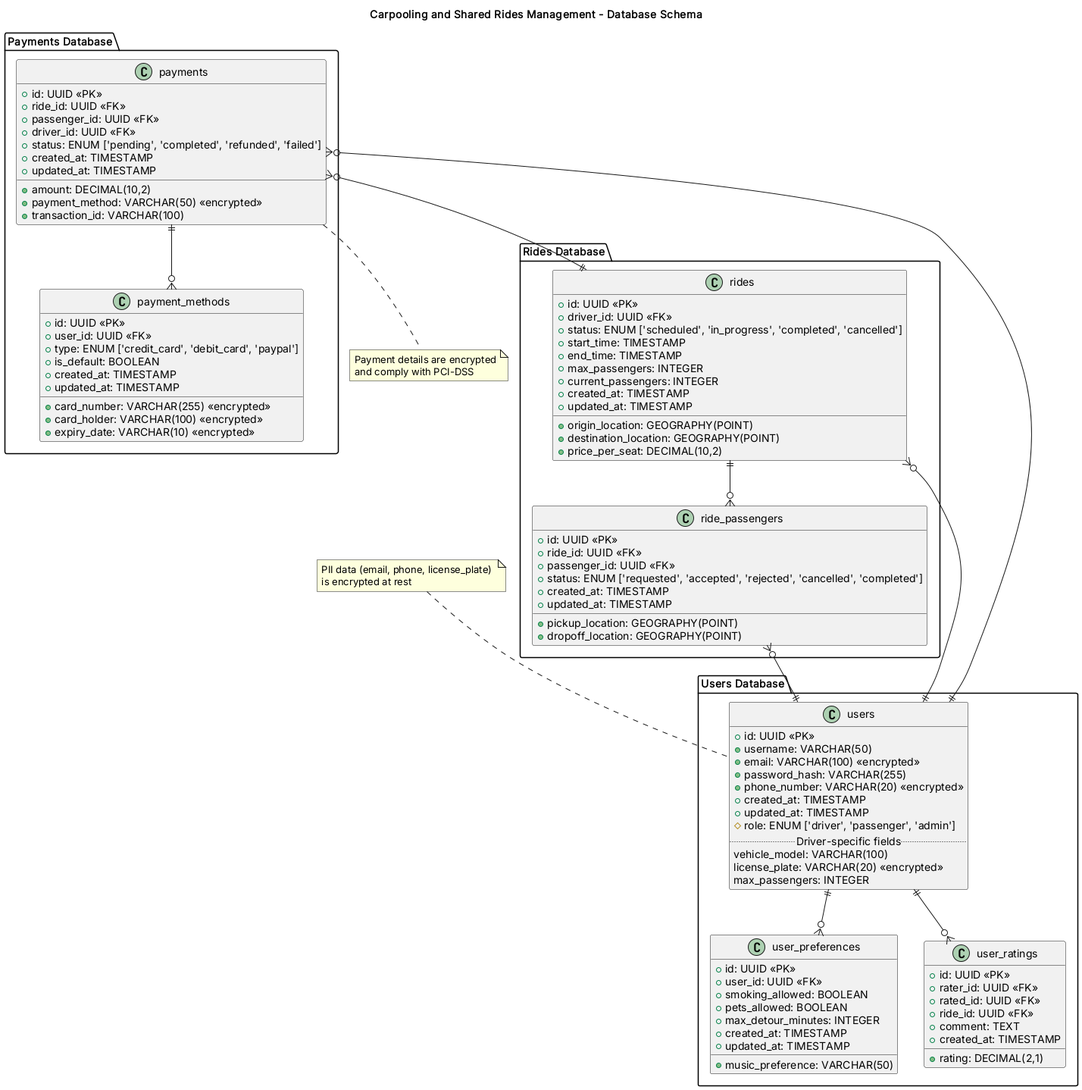
Earlier version of the PlantUML export docs/diagrams/rendered/Database Schema.png (qweered/cloud-project). Source of this version:
```plantuml
@startuml Database Schema

title Carpooling and Shared Rides Management - Database Schema

!define TABLE_BORDER_COLOR #073B4C
!define TABLE_HEADER_COLOR #118AB2
!define TABLE_ROW_COLOR #FFFFFF
!define ENCRYPTION_COLOR #FFB4A2

package "Users Database" {
  class users {
    + id: UUID <<PK>>
    + username: VARCHAR(50)
    + email: VARCHAR(100) <<encrypted>>
    + password_hash: VARCHAR(255)
    + phone_number: VARCHAR(20) <<encrypted>>
    + created_at: TIMESTAMP
    + updated_at: TIMESTAMP
    # role: ENUM ['driver', 'passenger', 'admin']
    .. Driver-specific fields ..
    vehicle_model: VARCHAR(100)
    license_plate: VARCHAR(20) <<encrypted>>
    max_passengers: INTEGER
  }

  class user_preferences {
    + id: UUID <<PK>>
    + user_id: UUID <<FK>>
    + smoking_allowed: BOOLEAN
    + pets_allowed: BOOLEAN
    + music_preference: VARCHAR(50)
    + max_detour_minutes: INTEGER
    + created_at: TIMESTAMP
    + updated_at: TIMESTAMP
  }

  class user_ratings {
    + id: UUID <<PK>>
    + rater_id: UUID <<FK>>
    + rated_id: UUID <<FK>>
    + ride_id: UUID <<FK>>
    + rating: DECIMAL(2,1)
    + comment: TEXT
    + created_at: TIMESTAMP
  }

  users ||--o{ user_preferences
  users ||--o{ user_ratings
}

package "Rides Database" {
  class rides {
    + id: UUID <<PK>>
    + driver_id: UUID <<FK>>
    + status: ENUM ['scheduled', 'in_progress', 'completed', 'cancelled']
    + origin_location: GEOGRAPHY(POINT)
    + destination_location: GEOGRAPHY(POINT)
    + start_time: TIMESTAMP
    + end_time: TIMESTAMP
    + max_passengers: INTEGER
    + current_passengers: INTEGER
    + price_per_seat: DECIMAL(10,2)
    + created_at: TIMESTAMP
    + updated_at: TIMESTAMP
  }

  class ride_passengers {
    + id: UUID <<PK>>
    + ride_id: UUID <<FK>>
    + passenger_id: UUID <<FK>>
    + pickup_location: GEOGRAPHY(POINT)
    + dropoff_location: GEOGRAPHY(POINT)
    + status: ENUM ['requested', 'accepted', 'rejected', 'cancelled', 'completed']
    + created_at: TIMESTAMP
    + updated_at: TIMESTAMP
  }

  rides ||--o{ ride_passengers
}

package "Payments Database" {
  class payments {
    + id: UUID <<PK>>
    + ride_id: UUID <<FK>>
    + passenger_id: UUID <<FK>>
    + driver_id: UUID <<FK>>
    + amount: DECIMAL(10,2)
    + status: ENUM ['pending', 'completed', 'refunded', 'failed']
    + payment_method: VARCHAR(50) <<encrypted>>
    + transaction_id: VARCHAR(100)
    + created_at: TIMESTAMP
    + updated_at: TIMESTAMP
  }

  class payment_methods {
    + id: UUID <<PK>>
    + user_id: UUID <<FK>>
    + type: ENUM ['credit_card', 'debit_card', 'paypal']
    + card_number: VARCHAR(255) <<encrypted>>
    + card_holder: VARCHAR(100) <<encrypted>>
    + expiry_date: VARCHAR(10) <<encrypted>>
    + is_default: BOOLEAN
    + created_at: TIMESTAMP
    + updated_at: TIMESTAMP
  }

  payments ||--o{ payment_methods
}

rides }o--|| users
ride_passengers }o--|| users
payments }o--|| rides
payments }o--|| users

note top of users
  PII data (email, phone, license_plate)
  is encrypted at rest
end note

note bottom of payments
  Payment details are encrypted
  and comply with PCI-DSS
end note

@enduml
```
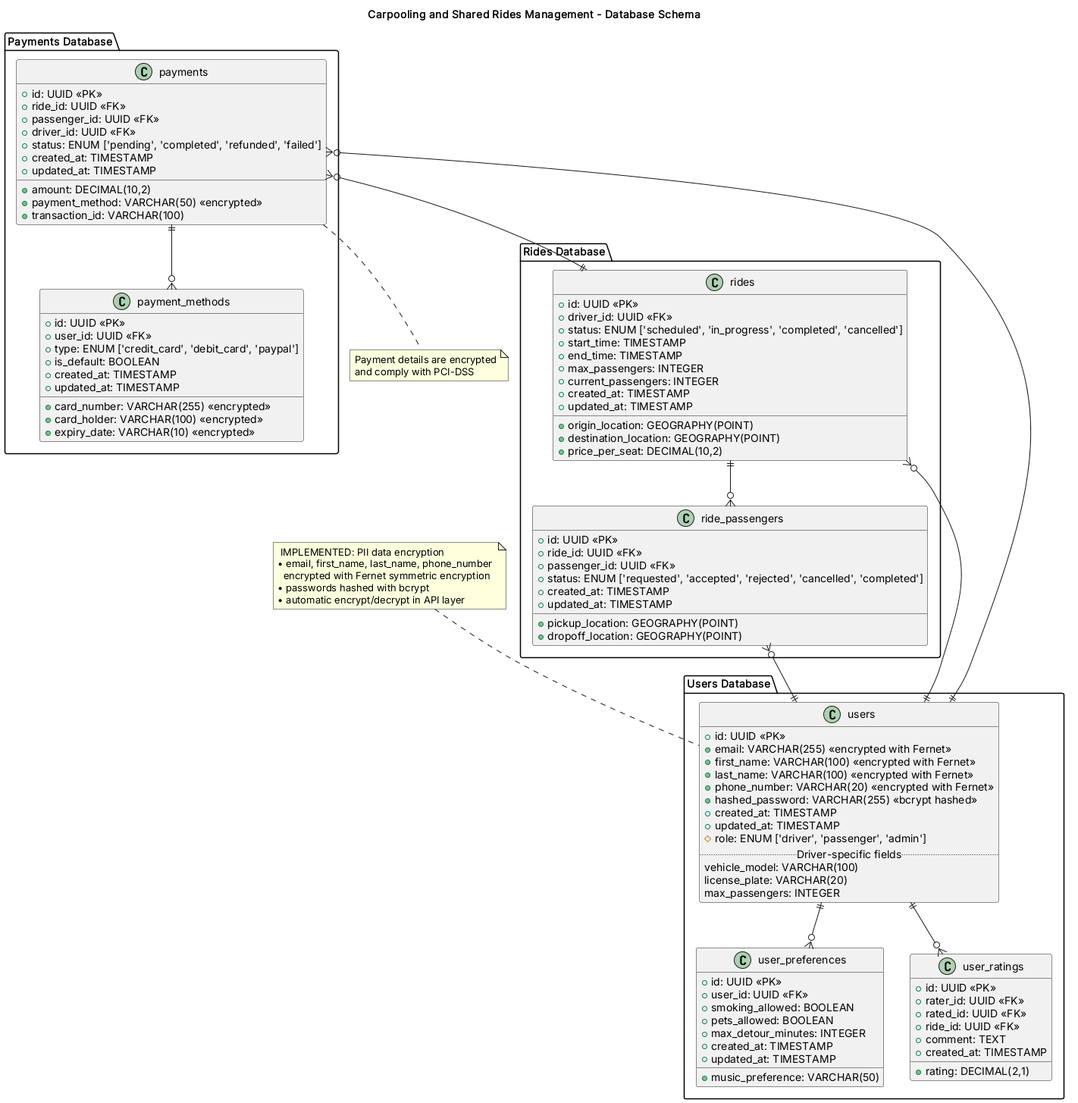
The same file after the commit.

Diff of the diagram source:
```diff
@@ -10,16 +10,17 @@
 package "Users Database" {
   class users {
     + id: UUID <<PK>>
-    + username: VARCHAR(50)
-    + email: VARCHAR(100) <<encrypted>>
-    + password_hash: VARCHAR(255)
-    + phone_number: VARCHAR(20) <<encrypted>>
+    + email: VARCHAR(255) <<encrypted with Fernet>>
+    + first_name: VARCHAR(100) <<encrypted with Fernet>>
+    + last_name: VARCHAR(100) <<encrypted with Fernet>>
+    + phone_number: VARCHAR(20) <<encrypted with Fernet>>
+    + hashed_password: VARCHAR(255) <<bcrypt hashed>>
     + created_at: TIMESTAMP
     + updated_at: TIMESTAMP
     # role: ENUM ['driver', 'passenger', 'admin']
     .. Driver-specific fields ..
     vehicle_model: VARCHAR(100)
-    license_plate: VARCHAR(20) <<encrypted>>
+    license_plate: VARCHAR(20)
     max_passengers: INTEGER
   }
 
@@ -113,8 +114,11 @@
 payments }o--|| users
 
 note top of users
-  PII data (email, phone, license_plate)
-  is encrypted at rest
+  ✅ IMPLEMENTED: PII data encryption
+  • email, first_name, last_name, phone_number
+    encrypted with Fernet symmetric encryption
+  • passwords hashed with bcrypt
+  • automatic encrypt/decrypt in API layer
 end note
 
 note bottom of payments
```
